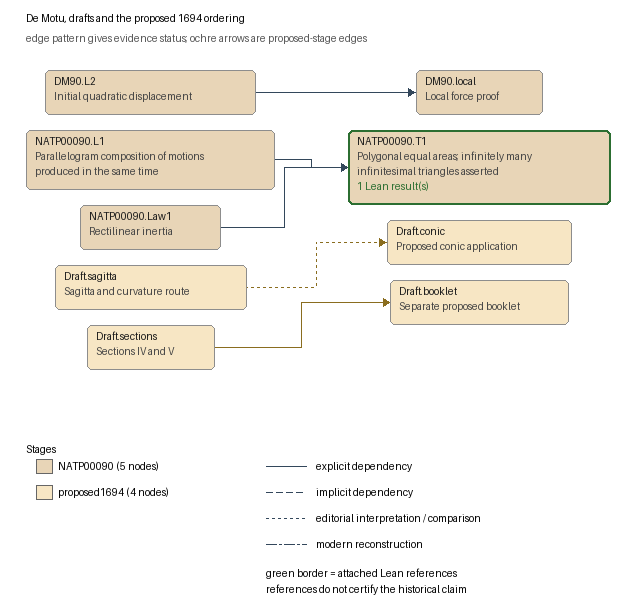
The Graphviz diagram docs/graphs/proof-drafts.png in arivero/newtonlean, before a commit. Its source is kept beside it as docs/graphs/proof-drafts.dot.
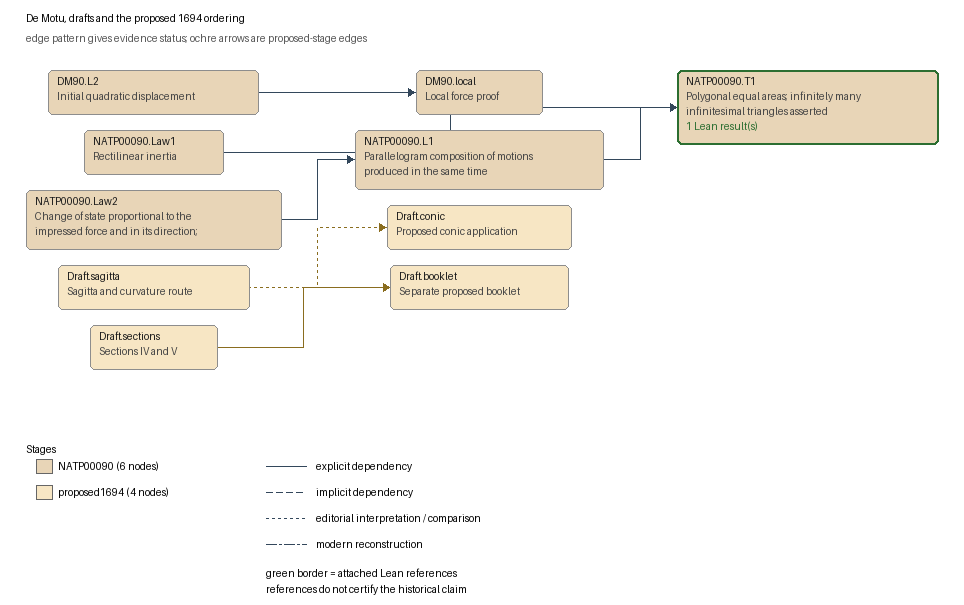
The same diagram one commit later.

The edit, as a diff of the source:
```diff
@@ -9,10 +9,12 @@
   "Draft.sections" [label="Draft.sections\nSections IV and V", fillcolor="#f7e6c4", color="#8d8d8d", penwidth=1];
   "NATP00090.L1" [label="NATP00090.L1\nParallelogram composition of motions\nproduced in the same time", fillcolor="#e8d5b7", color="#8d8d8d", penwidth=1];
   "NATP00090.Law1" [label="NATP00090.Law1\nRectilinear inertia", fillcolor="#e8d5b7", color="#8d8d8d", penwidth=1];
+  "NATP00090.Law2" [label="NATP00090.Law2\nChange of state proportional to the\nimpressed force and in its direction;", fillcolor="#e8d5b7", color="#8d8d8d", penwidth=1];
   "NATP00090.T1" [label="NATP00090.T1\nPolygonal equal areas; infinitely many\ninfinitesimal triangles asserted\n1 Lean result(s)", fillcolor="#e8d5b7", color="#2c6e31", penwidth=2];
   "NATP00090.Law1" -> "NATP00090.T1" [style=solid, label="proof dependency: explicit_dependency", fontsize=9];
   "NATP00090.L1" -> "NATP00090.T1" [style=solid, label="proof dependency: explicit_dependency", fontsize=9];
   "DM90.L2" -> "DM90.local" [style=solid, label="proof dependency: explicit_dependency", fontsize=9];
+  "NATP00090.Law2" -> "NATP00090.L1" [style=solid, label="proof dependency: explicit_dependency", fontsize=9];
   "Draft.sections" -> "Draft.booklet" [style=solid, label="proposed reordering: explicit_dependency", fontsize=9];
   "Draft.sagitta" -> "Draft.conic" [style=dotted, label="proposed dependency: editorial_interpretation", fontsize=9];
 }
```
